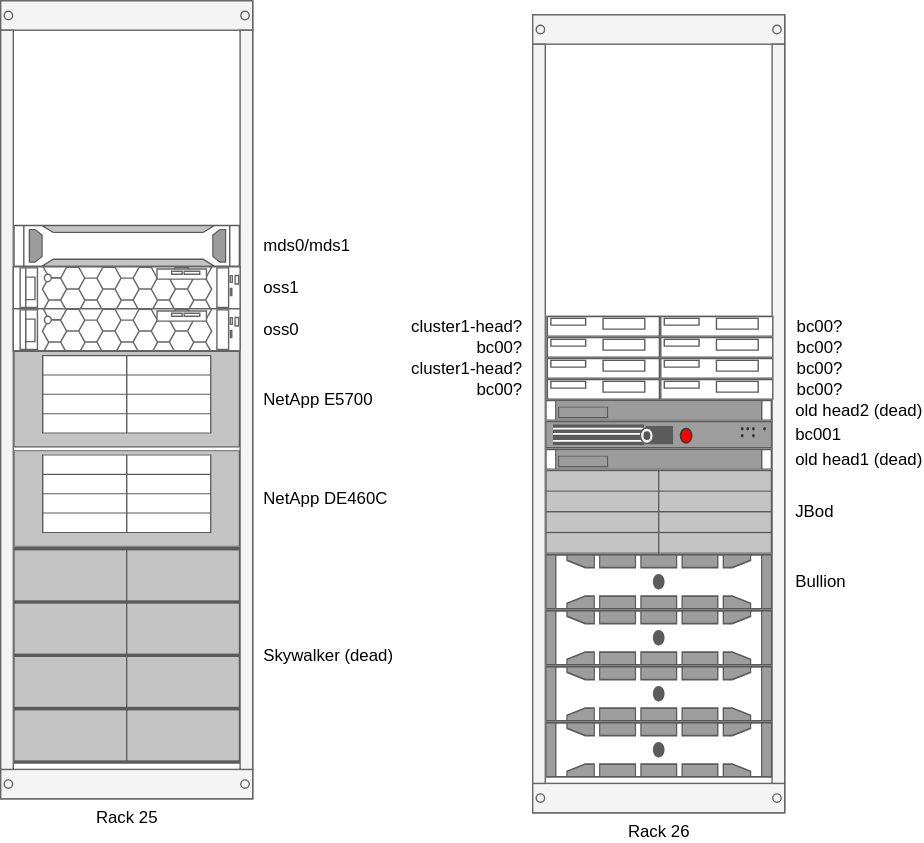
The draw.io diagram docs/img/cluster1_racks.svg in cnio-bu/cnio-bu.github.io, before a commit. Source tidied: cells renumbered, new cells last; positions are measured from the earlier drawing's top-left corner, leaving out a move shared by most shapes.
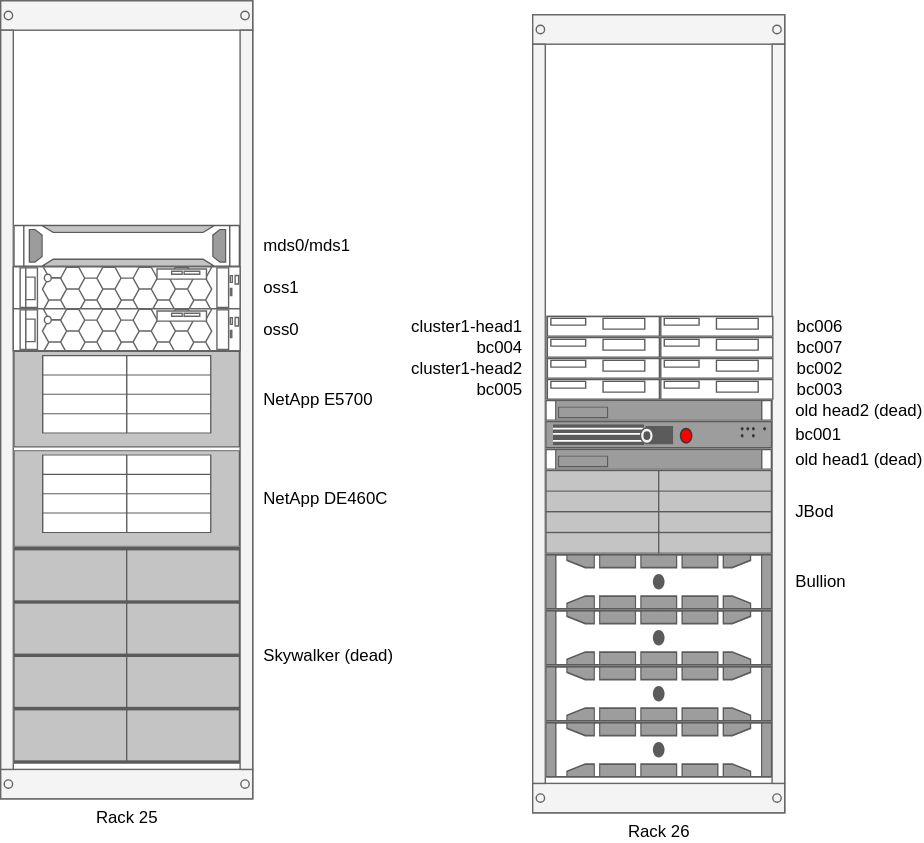
After the commit.

Commit message:
Update rack26 nodes (#11)

* Update rack26 nodes

* Fix typo in head-1

What changed in the source:
```diff
@@ -38,28 +38,28 @@
     <mxCell id="13" value="Bullion" style="strokeColor=#666666;html=1;labelPosition=right;align=left;spacingLeft=15;shadow=0;dashed=0;shape=mxgraph.rack.dell.dell_poweredge_2u;" parent="3" vertex="1">
       <mxGeometry x="9" y="385" width="162" height="40" as="geometry" />
     </mxCell>
-    <mxCell id="14" value="cluster1-head?" style="shape=mxgraph.rack.hp.hp_proliant_sl230s_g8;html=1;labelPosition=left;align=right;spacingLeft=0;dashed=0;shadow=0;fillColor=#ffffff;verticalLabelPosition=middle;verticalAlign=middle;spacingRight=16;" parent="2" vertex="1">
+    <mxCell id="14" value="&lt;div&gt;cluster1-head1&lt;/div&gt;" style="shape=mxgraph.rack.hp.hp_proliant_sl230s_g8;html=1;labelPosition=left;align=right;spacingLeft=0;dashed=0;shadow=0;fillColor=#ffffff;verticalLabelPosition=middle;verticalAlign=middle;spacingRight=16;" parent="2" vertex="1">
       <mxGeometry x="10" y="215" width="81" height="15" as="geometry" />
     </mxCell>
-    <mxCell id="15" value="bc00?" style="shape=mxgraph.rack.hp.hp_proliant_sl230s_g8;html=1;labelPosition=right;align=left;spacingLeft=15;dashed=0;shadow=0;fillColor=#ffffff;" parent="2" vertex="1">
+    <mxCell id="15" value="&lt;div&gt;bc006&lt;/div&gt;" style="shape=mxgraph.rack.hp.hp_proliant_sl230s_g8;html=1;labelPosition=right;align=left;spacingLeft=15;dashed=0;shadow=0;fillColor=#ffffff;" parent="2" vertex="1">
       <mxGeometry x="91" y="215" width="81" height="15" as="geometry" />
     </mxCell>
-    <mxCell id="16" value="bc00?" style="shape=mxgraph.rack.hp.hp_proliant_sl230s_g8;html=1;labelPosition=left;align=right;spacingLeft=0;dashed=0;shadow=0;fillColor=#ffffff;verticalLabelPosition=middle;verticalAlign=middle;spacingRight=16;" parent="2" vertex="1">
+    <mxCell id="16" value="bc004" style="shape=mxgraph.rack.hp.hp_proliant_sl230s_g8;html=1;labelPosition=left;align=right;spacingLeft=0;dashed=0;shadow=0;fillColor=#ffffff;verticalLabelPosition=middle;verticalAlign=middle;spacingRight=16;" parent="2" vertex="1">
       <mxGeometry x="10" y="230" width="81" height="15" as="geometry" />
     </mxCell>
-    <mxCell id="17" value="bc00?" style="shape=mxgraph.rack.hp.hp_proliant_sl230s_g8;html=1;labelPosition=right;align=left;spacingLeft=15;dashed=0;shadow=0;fillColor=#ffffff;" parent="2" vertex="1">
+    <mxCell id="17" value="bc007" style="shape=mxgraph.rack.hp.hp_proliant_sl230s_g8;html=1;labelPosition=right;align=left;spacingLeft=15;dashed=0;shadow=0;fillColor=#ffffff;" parent="2" vertex="1">
       <mxGeometry x="91" y="230" width="81" height="15" as="geometry" />
     </mxCell>
-    <mxCell id="18" value="cluster1-head?" style="shape=mxgraph.rack.hp.hp_proliant_sl230s_g8;html=1;labelPosition=left;align=right;spacingLeft=0;dashed=0;shadow=0;fillColor=#ffffff;verticalLabelPosition=middle;verticalAlign=middle;spacingRight=16;" parent="2" vertex="1">
+    <mxCell id="18" value="&lt;div&gt;cluster1-head2&lt;/div&gt;" style="shape=mxgraph.rack.hp.hp_proliant_sl230s_g8;html=1;labelPosition=left;align=right;spacingLeft=0;dashed=0;shadow=0;fillColor=#ffffff;verticalLabelPosition=middle;verticalAlign=middle;spacingRight=16;" parent="2" vertex="1">
       <mxGeometry x="10" y="245" width="81" height="15" as="geometry" />
     </mxCell>
-    <mxCell id="19" value="bc00?" style="shape=mxgraph.rack.hp.hp_proliant_sl230s_g8;html=1;labelPosition=right;align=left;spacingLeft=15;dashed=0;shadow=0;fillColor=#ffffff;" parent="2" vertex="1">
+    <mxCell id="19" value="bc002" style="shape=mxgraph.rack.hp.hp_proliant_sl230s_g8;html=1;labelPosition=right;align=left;spacingLeft=15;dashed=0;shadow=0;fillColor=#ffffff;" parent="2" vertex="1">
       <mxGeometry x="91" y="245" width="81" height="15" as="geometry" />
     </mxCell>
-    <mxCell id="20" value="bc00?" style="shape=mxgraph.rack.hp.hp_proliant_sl230s_g8;html=1;labelPosition=right;align=left;spacingLeft=15;dashed=0;shadow=0;fillColor=#ffffff;" parent="2" vertex="1">
+    <mxCell id="20" value="&lt;div&gt;&lt;br&gt;&lt;/div&gt;&lt;div&gt;bc003&lt;/div&gt;&lt;div&gt;&lt;br&gt;&lt;/div&gt;" style="shape=mxgraph.rack.hp.hp_proliant_sl230s_g8;html=1;labelPosition=right;align=left;spacingLeft=15;dashed=0;shadow=0;fillColor=#ffffff;" parent="2" vertex="1">
       <mxGeometry x="91" y="260" width="81" height="15" as="geometry" />
     </mxCell>
-    <mxCell id="21" value="bc00?" style="shape=mxgraph.rack.hp.hp_proliant_sl230s_g8;html=1;labelPosition=left;align=right;spacingLeft=0;dashed=0;shadow=0;fillColor=#ffffff;verticalLabelPosition=middle;verticalAlign=middle;spacingRight=16;" parent="2" vertex="1">
+    <mxCell id="21" value="&lt;div&gt;bc005&lt;/div&gt;" style="shape=mxgraph.rack.hp.hp_proliant_sl230s_g8;html=1;labelPosition=left;align=right;spacingLeft=0;dashed=0;shadow=0;fillColor=#ffffff;verticalLabelPosition=middle;verticalAlign=middle;spacingRight=16;" parent="2" vertex="1">
       <mxGeometry x="10" y="260" width="81" height="15" as="geometry" />
     </mxCell>
     <mxCell id="22" value="mds" style="group;" parent="1" vertex="1">
```
